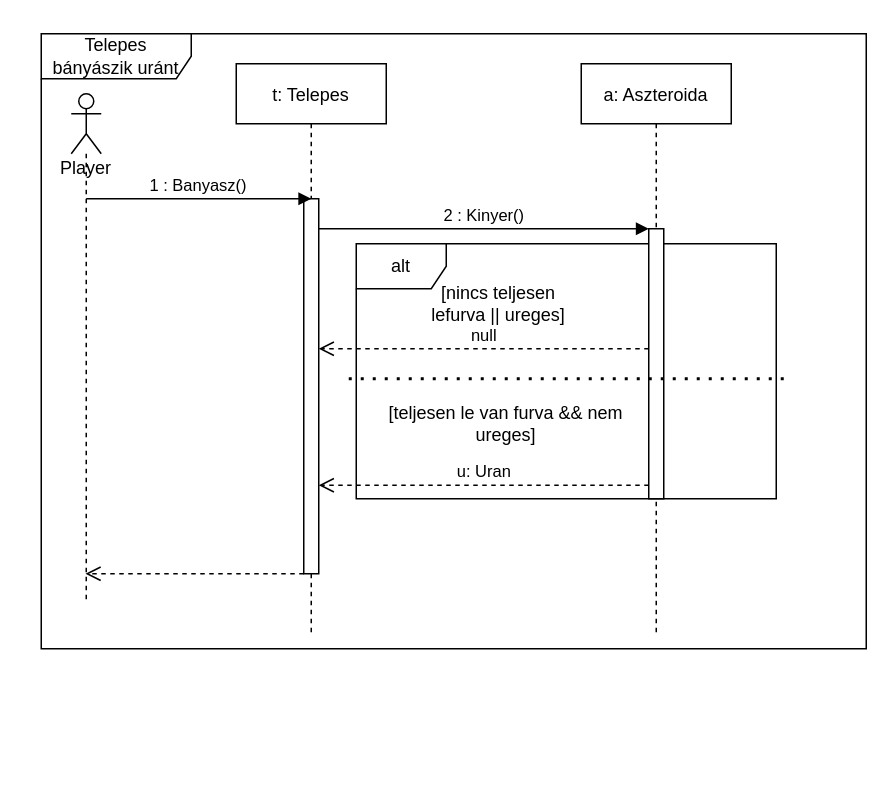
Above: page "uran" (2 of 5) of doc/szekvencia/szek_TelepesBanyasz.drawio in torpeBoiGo/aszteroidabanyaszat (draw.io), before the change. Source tidied: cells renumbered, new cells numbered last; positions are measured from the earlier drawing's top-left corner, leaving out a move shared by most shapes. Both pictures are drawn from the tidied source at 150%, with x=0, y=0 at pixel (40, 33).
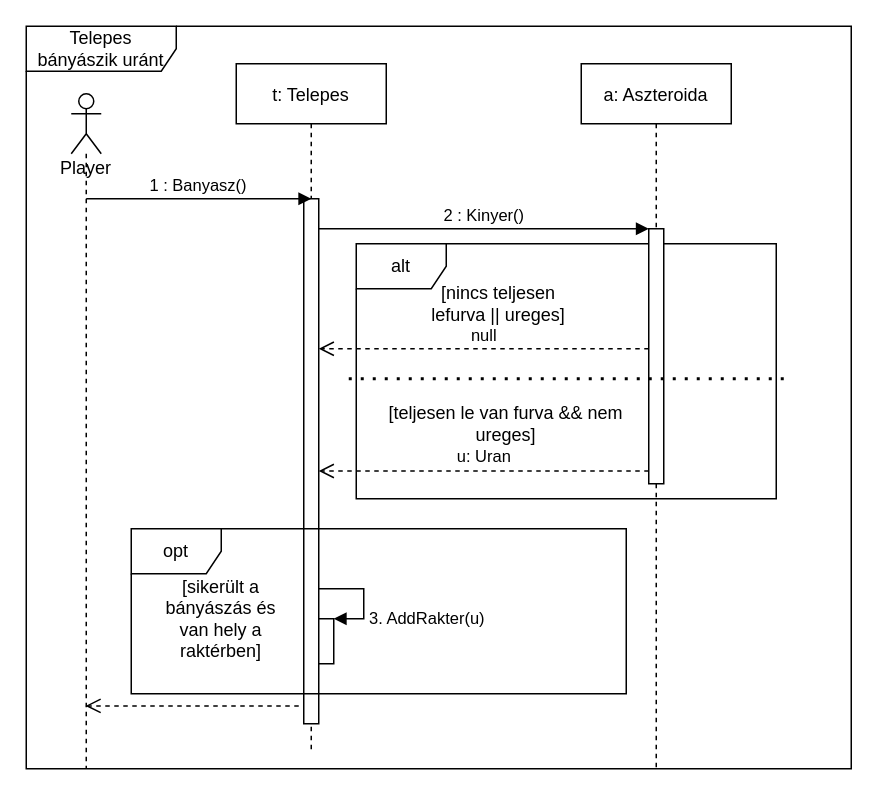
After the change.

Change to the diagram source:
```diff
@@
     <mxCell id="2" value="Telepes bányászik uránt" style="shape=umlFrame;whiteSpace=wrap;html=1;width=100;height=30;" parent="1" vertex="1">
-      <mxGeometry width="550" height="410" as="geometry" />
+      <mxGeometry x="-10" y="-5" width="550" height="495" as="geometry" />
     </mxCell>
@@
     <mxCell id="4" value="t: Telepes" style="shape=umlLifeline;perimeter=lifelinePerimeter;rounded=0;shadow=0;strokeWidth=1;" parent="1" vertex="1">
-      <mxGeometry x="130" y="20" width="100" height="380" as="geometry" />
+      <mxGeometry x="130" y="20" width="100" height="460" as="geometry" />
     </mxCell>
     <mxCell id="5" style="html=1;points=[];perimeter=orthogonalPerimeter;" parent="4" vertex="1">
-      <mxGeometry x="45" y="90" width="10" height="250" as="geometry" />
+      <mxGeometry x="45" y="90" width="10" height="350" as="geometry" />
     </mxCell>
+    <mxCell id="17" style="html=1;points=[];perimeter=orthogonalPerimeter;" parent="4" vertex="1">
+      <mxGeometry x="55" y="370" width="10" height="30" as="geometry" />
+    </mxCell>
+    <mxCell id="18" value="3. AddRakter(u)" style="edgeStyle=orthogonalEdgeStyle;html=1;align=left;spacingLeft=2;endArrow=block;rounded=0;entryX=1;entryY=0;" parent="4" edge="1" target="17">
+      <mxGeometry x="0.43" relative="1" as="geometry">
+        <mxPoint x="55" y="350" as="sourcePoint" />
+        <Array as="points">
+          <mxPoint x="85" y="350" />
+        </Array>
+      </mxGeometry>
+    </mxCell>
@@
     <mxCell id="7" value="a: Aszteroida" style="shape=umlLifeline;perimeter=lifelinePerimeter;rounded=0;shadow=0;strokeWidth=1;" parent="1" vertex="1">
-      <mxGeometry x="360" y="20" width="100" height="380" as="geometry" />
+      <mxGeometry x="360" y="20" width="100" height="470" as="geometry" />
     </mxCell>
     <mxCell id="8" style="html=1;points=[];perimeter=orthogonalPerimeter;" parent="7" vertex="1">
-      <mxGeometry x="45" y="110" width="10" height="180" as="geometry" />
+      <mxGeometry x="45" y="110" width="10" height="170" as="geometry" />
     </mxCell>
@@
-    <mxCell id="11" style="html=1;verticalAlign=bottom;endArrow=open;dashed=1;endSize=8;" parent="1" edge="1" target="15">
-      <mxGeometry relative="1" as="geometry">
-        <mxPoint x="175" y="360" as="sourcePoint" />
-      </mxGeometry>
+    <mxCell id="11" style="html=1;verticalAlign=bottom;endArrow=open;dashed=1;endSize=8;exitX=-0.333;exitY=0.966;exitDx=0;exitDy=0;exitPerimeter=0;" parent="1" edge="1" source="5" target="15">
+      <mxGeometry relative="1" as="geometry" />
     </mxCell>
@@
     <mxCell id="15" value="Player" style="shape=umlLifeline;participant=umlActor;perimeter=lifelinePerimeter;whiteSpace=wrap;html=1;verticalAlign=top;spacingTop=36;outlineConnect=0;" parent="1" vertex="1">
-      <mxGeometry x="20" y="40" width="20" height="340" as="geometry" />
+      <mxGeometry x="20" y="40" width="20" height="450" as="geometry" />
     </mxCell>
@@
+    <mxCell id="19" value="opt" style="shape=umlFrame;whiteSpace=wrap;html=1;" parent="1" vertex="1">
+      <mxGeometry x="60" y="330" width="330" height="110" as="geometry" />
+    </mxCell>
+    <mxCell id="20" value="[sikerült a bányászás és van hely a raktérben]" style="text;html=1;strokeColor=none;fillColor=none;align=center;verticalAlign=middle;whiteSpace=wrap;rounded=0;" parent="1" vertex="1">
+      <mxGeometry x="80" y="380" width="80" height="20" as="geometry" />
+    </mxCell>
```
